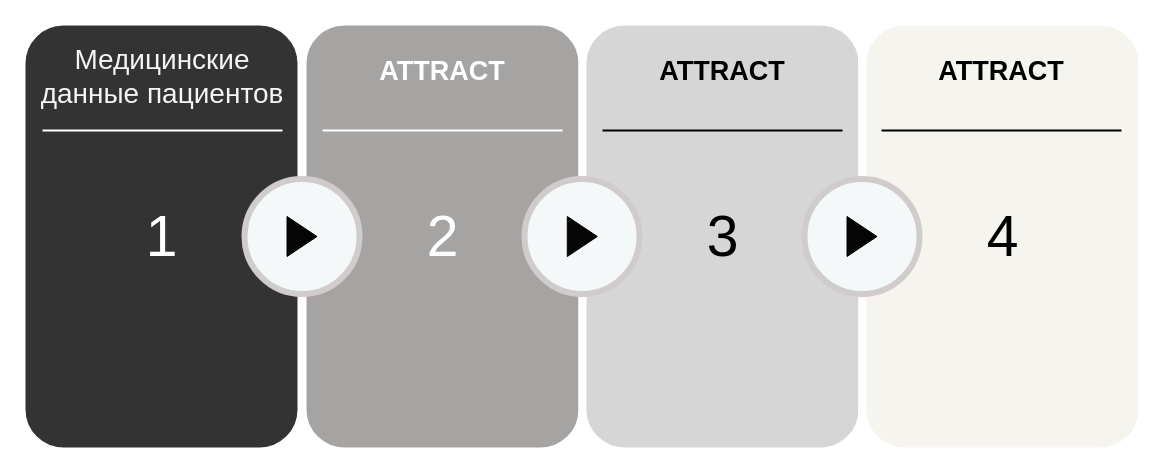
Before: Untitled Diagram.drawio in Gycer10/Project-VPN, a draw.io diagram. Source tidied: cells renumbered, new cells numbered last; positions are measured from the earlier drawing's top-left corner, leaving out a move shared by most shapes. Both pictures are drawn from the tidied source at 100%, with x=0, y=0 at pixel (21, 21).
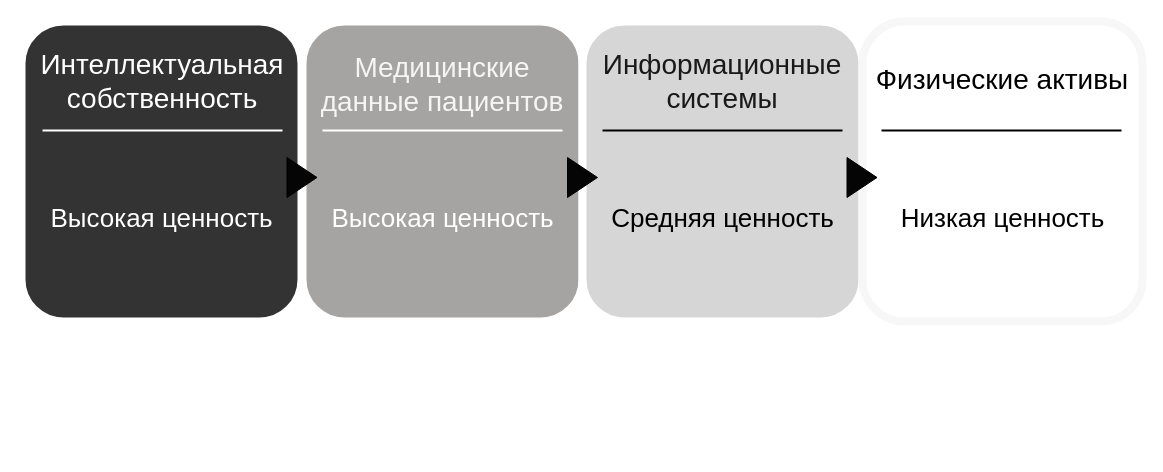
The same page after the edit.

The edit, as a diff of the source:
```diff
@@
     <mxCell id="2" style="whiteSpace=wrap;html=1;rounded=1;shadow=0;strokeWidth=8;fontSize=20;align=center;fillColor=#333333;strokeColor=#FFFFFF;" parent="1" vertex="1">
-      <mxGeometry width="280" height="430" as="geometry" />
+      <mxGeometry width="280" height="300" as="geometry" />
     </mxCell>
     <mxCell id="3" style="whiteSpace=wrap;html=1;rounded=1;shadow=0;strokeWidth=8;fontSize=20;align=center;fillColor=#A6A4A2;strokeColor=#FFFFFF;" parent="1" vertex="1">
-      <mxGeometry x="281" width="280" height="430" as="geometry" />
+      <mxGeometry x="281" width="280" height="300" as="geometry" />
     </mxCell>
     <mxCell id="4" style="whiteSpace=wrap;html=1;rounded=1;shadow=0;strokeWidth=8;fontSize=20;align=center;fillColor=#D6D6D6;strokeColor=#FFFFFF;" parent="1" vertex="1">
-      <mxGeometry x="561" width="280" height="430" as="geometry" />
+      <mxGeometry x="561" width="280" height="300" as="geometry" />
     </mxCell>
-    <mxCell id="5" style="whiteSpace=wrap;html=1;rounded=1;shadow=0;strokeWidth=8;fontSize=20;align=center;fillColor=#f5f4ef;strokeColor=#FFFFFF;" parent="1" vertex="1">
-      <mxGeometry x="841" width="280" height="430" as="geometry" />
+    <mxCell id="5" style="whiteSpace=wrap;html=1;rounded=1;shadow=0;strokeWidth=8;fontSize=20;align=center;strokeColor=#F7F7F7;" parent="1" vertex="1">
+      <mxGeometry x="841" width="280" height="300" as="geometry" />
     </mxCell>
-    <mxCell id="6" style="ellipse;whiteSpace=wrap;html=1;rounded=0;shadow=0;strokeWidth=6;fontSize=14;align=center;fillColor=#f5f8f9;strokeColor=#d1cccc;fontColor=#FFFFFF;" parent="1" vertex="1">
-      <mxGeometry x="223" y="157.5" width="115" height="115" as="geometry" />
-    </mxCell>
-    <mxCell id="7" value="&lt;font style=&quot;font-size: 57px;&quot;&gt;1&lt;/font&gt;" style="text;html=1;align=center;verticalAlign=middle;fontColor=#ffffff;" parent="1" vertex="1">
-      <mxGeometry x="110" y="175" width="60" height="80" as="geometry" />
+    <mxCell id="7" value="&lt;font style=&quot;font-size: 26px;&quot;&gt;Высокая ценность&lt;/font&gt;" style="text;html=1;align=center;verticalAlign=middle;fontColor=#ffffff;fontSize=26;" parent="1" vertex="1">
+      <mxGeometry x="15" y="177" width="250" height="40" as="geometry" />
     </mxCell>
-    <mxCell id="8" value="&lt;font style=&quot;font-size: 57px;&quot;&gt;2&lt;/font&gt;" style="text;html=1;align=center;verticalAlign=middle;fontColor=#ffffff;" parent="1" vertex="1">
-      <mxGeometry x="391" y="175" width="60" height="80" as="geometry" />
-    </mxCell>
-    <mxCell id="9" value="&lt;font style=&quot;font-size: 57px;&quot;&gt;3&lt;/font&gt;" style="text;html=1;align=center;verticalAlign=middle;strokeColor=none;fillColor=none;" parent="1" vertex="1">
-      <mxGeometry x="671" y="175" width="60" height="80" as="geometry" />
-    </mxCell>
-    <mxCell id="10" value="&lt;font style=&quot;font-size: 57px;&quot;&gt;4&lt;/font&gt;" style="text;html=1;align=center;verticalAlign=middle;strokeColor=none;fillColor=none;" parent="1" vertex="1">
-      <mxGeometry x="951" y="175" width="60" height="80" as="geometry" />
-    </mxCell>
     <mxCell id="11" value="&lt;span lang=&quot;RU&quot; style=&quot;font-weight: 400; text-align: start; font-size: 28px;&quot;&gt;&lt;font color=&quot;#f5f5f5&quot; style=&quot;font-size: 28px;&quot; face=&quot;Helvetica&quot;&gt;Медицинские данные пациентов&lt;/font&gt;&lt;/span&gt;&lt;span style=&quot;color: rgb(0, 0, 0); font-size: 28px; font-weight: 400; text-align: start;&quot;&gt;&lt;/span&gt;" style="text;html=1;strokeColor=none;fillColor=none;align=center;verticalAlign=middle;whiteSpace=wrap;rounded=0;shadow=0;fontSize=28;fontColor=#FFFFFF;fontStyle=1;" parent="1" vertex="1">
-      <mxGeometry x="1" y="20" width="280" height="70" as="geometry" />
+      <mxGeometry x="281" y="28" width="280" height="70" as="geometry" />
     </mxCell>
@@
-    <mxCell id="13" value="ATTRACT" style="text;html=1;strokeColor=none;fillColor=none;align=center;verticalAlign=middle;whiteSpace=wrap;rounded=0;shadow=0;fontSize=27;fontColor=#FFFFFF;fontStyle=1;" parent="1" vertex="1">
-      <mxGeometry x="281" y="20" width="280" height="60" as="geometry" />
+    <mxCell id="13" value="&lt;span style=&quot;font-weight: 400; text-align: start;&quot; lang=&quot;RU&quot;&gt;&lt;font face=&quot;Helvetica&quot; style=&quot;font-size: 28px;&quot;&gt;Интеллектуальная собственность&lt;/font&gt;&lt;/span&gt;&lt;span style=&quot;color: rgb(0, 0, 0); font-size: medium; font-weight: 400; text-align: start;&quot;&gt;&lt;/span&gt;" style="text;html=1;strokeColor=none;fillColor=none;align=center;verticalAlign=middle;whiteSpace=wrap;rounded=0;shadow=0;fontSize=27;fontColor=#FFFFFF;fontStyle=1;" parent="1" vertex="1">
+      <mxGeometry x="1" y="30" width="280" height="60" as="geometry" />
     </mxCell>
@@
-    <mxCell id="15" value="ATTRACT" style="text;html=1;strokeColor=none;fillColor=none;align=center;verticalAlign=middle;whiteSpace=wrap;rounded=0;shadow=0;fontSize=27;fontColor=#000000;fontStyle=1;" parent="1" vertex="1">
-      <mxGeometry x="561" y="20" width="280" height="60" as="geometry" />
+    <mxCell id="15" value="&lt;span style=&quot;font-weight: 400; text-align: start;&quot; lang=&quot;RU&quot;&gt;&lt;font color=&quot;#191919&quot; face=&quot;Helvetica&quot; style=&quot;font-size: 28px;&quot;&gt;Информационные системы&lt;/font&gt;&lt;/span&gt;&lt;span style=&quot;font-size: medium; font-weight: 400; text-align: start;&quot;&gt;&lt;/span&gt;" style="text;html=1;strokeColor=none;fillColor=none;align=center;verticalAlign=middle;whiteSpace=wrap;rounded=0;shadow=0;fontSize=27;fontColor=#000000;fontStyle=1;" parent="1" vertex="1">
+      <mxGeometry x="561" y="30" width="280" height="60" as="geometry" />
     </mxCell>
@@
-    <mxCell id="17" value="ATTRACT" style="text;html=1;strokeColor=none;fillColor=none;align=center;verticalAlign=middle;whiteSpace=wrap;rounded=0;shadow=0;fontSize=27;fontColor=#000000;fontStyle=1;" parent="1" vertex="1">
-      <mxGeometry x="840" y="20" width="280" height="60" as="geometry" />
+    <mxCell id="17" value="&lt;span style=&quot;font-weight: 400; text-align: start;&quot; lang=&quot;RU&quot;&gt;&lt;font face=&quot;Helvetica&quot; style=&quot;font-size: 28px;&quot;&gt;Физические активы&lt;/font&gt;&lt;/span&gt;&lt;span style=&quot;font-size: medium; font-weight: 400; text-align: start;&quot;&gt;&lt;/span&gt;" style="text;html=1;strokeColor=none;fillColor=none;align=center;verticalAlign=middle;whiteSpace=wrap;rounded=0;shadow=0;fontSize=27;fontColor=#000000;fontStyle=1;" parent="1" vertex="1">
+      <mxGeometry x="849" y="28" width="264" height="60" as="geometry" />
     </mxCell>
@@
     <mxCell id="19" style="triangle;whiteSpace=wrap;html=1;fillColor=#050505;" parent="1" vertex="1">
-      <mxGeometry x="265.5" y="195" width="30" height="40" as="geometry" />
+      <mxGeometry x="265.5" y="136" width="30" height="40" as="geometry" />
     </mxCell>
-    <mxCell id="20" style="ellipse;whiteSpace=wrap;html=1;rounded=0;shadow=0;strokeWidth=6;fontSize=14;align=center;fillColor=#f5f8f9;strokeColor=#d1cccc;fontColor=#FFFFFF;" parent="1" vertex="1">
-      <mxGeometry x="503" y="157.5" width="115" height="115" as="geometry" />
-    </mxCell>
     <mxCell id="21" style="triangle;whiteSpace=wrap;html=1;fillColor=#050505;" parent="1" vertex="1">
-      <mxGeometry x="545.8" y="195" width="30" height="40" as="geometry" />
+      <mxGeometry x="546" y="136" width="30" height="40" as="geometry" />
     </mxCell>
-    <mxCell id="22" style="ellipse;whiteSpace=wrap;html=1;rounded=0;shadow=0;strokeWidth=6;fontSize=14;align=center;fillColor=#f5f8f9;strokeColor=#d1cccc;fontColor=#FFFFFF;" parent="1" vertex="1">
-      <mxGeometry x="783" y="157.5" width="115" height="115" as="geometry" />
-    </mxCell>
     <mxCell id="23" style="triangle;whiteSpace=wrap;html=1;fillColor=#050505;" parent="1" vertex="1">
-      <mxGeometry x="825.5" y="195" width="30" height="40" as="geometry" />
+      <mxGeometry x="825.5" y="136" width="30" height="40" as="geometry" />
     </mxCell>
+    <mxCell id="24" value="&lt;font style=&quot;font-size: 26px;&quot;&gt;Высокая ценность&lt;/font&gt;" style="text;html=1;align=center;verticalAlign=middle;fontColor=#ffffff;fontSize=26;" parent="1" vertex="1">
+      <mxGeometry x="295.5" y="177" width="250" height="40" as="geometry" />
+    </mxCell>
+    <mxCell id="25" value="&lt;font style=&quot;font-size: 26px;&quot;&gt;Средняя ценность&lt;/font&gt;" style="text;html=1;align=center;verticalAlign=middle;fontColor=#000000;fontSize=26;" parent="1" vertex="1">
+      <mxGeometry x="575.5" y="177" width="250" height="40" as="geometry" />
+    </mxCell>
+    <mxCell id="26" value="&lt;font style=&quot;font-size: 26px;&quot;&gt;Низкая ценность&lt;/font&gt;" style="text;html=1;align=center;verticalAlign=middle;fontColor=#000000;fontSize=26;" parent="1" vertex="1">
+      <mxGeometry x="866" y="177" width="230" height="40" as="geometry" />
+    </mxCell>
```
